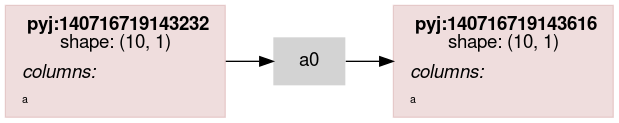
Before: scripts/rdflog/a0.ttl.dot.png, a diagram exported from Graphviz (asmirnov69/pyjviz-poc). Its source is kept beside it as scripts/rdflog/a0.ttl.dot.
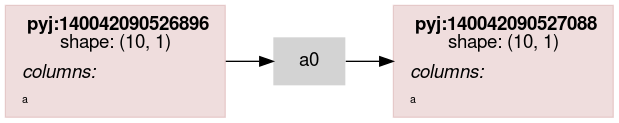
The same file after the commit.

What changed in the source:
```diff
@@ -14,7 +14,7 @@
                 color="#88000022"
                 shape = rect
                 label = <<table border="0" cellborder="0" cellspacing="0" cellpadding="4">
-                         <tr> <td> <b>pyj:140716719143232</b><br/>shape: (10, 1)</td> </tr>
+                         <tr> <td> <b>pyj:140042090526896</b><br/>shape: (10, 1)</td> </tr>
                          <tr> <td align="left"><i>columns:</i><br align="left"/></td></tr>
                 <tr><td align="left"><FONT POINT-SIZE="8px">a</FONT></td></tr>
                          </table>>
@@ -23,7 +23,7 @@
                 color="#88000022"
                 shape = rect
                 label = <<table border="0" cellborder="0" cellspacing="0" cellpadding="4">
-                         <tr> <td> <b>pyj:140716719143616</b><br/>shape: (10, 1)</td> </tr>
+                         <tr> <td> <b>pyj:140042090527088</b><br/>shape: (10, 1)</td> </tr>
                          <tr> <td align="left"><i>columns:</i><br align="left"/></td></tr>
                 <tr><td align="left"><FONT POINT-SIZE="8px">a</FONT></td></tr>
                          </table>>
```
